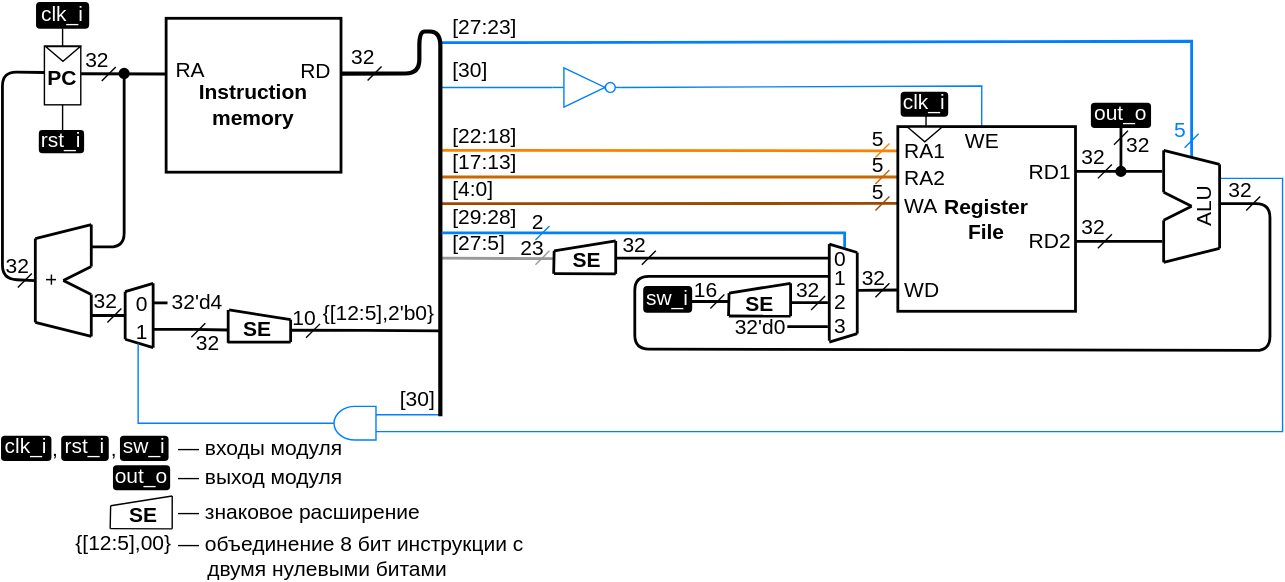
Earlier version of the draw.io export .pic/Labs/lab_04_cybercobra/ppd_4.drawio.svg (MPSU/APS). Source tidied: cells renumbered, new cells last; positions are measured from the earlier drawing's top-left corner, leaving out a move shared by most shapes.
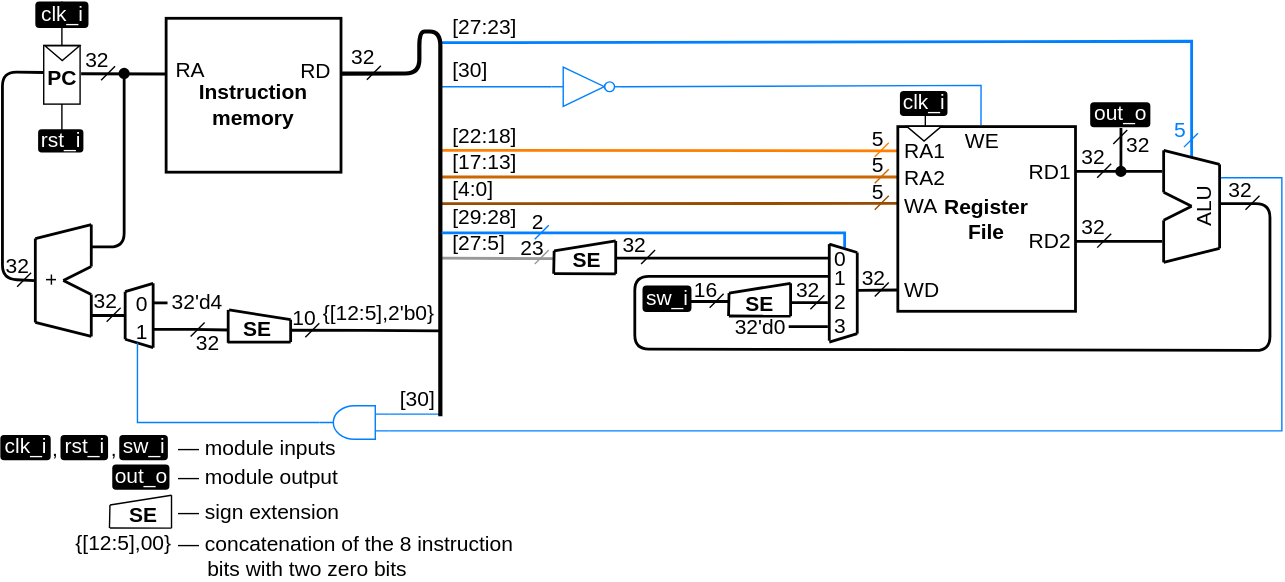
Above is the later version.

Change to the diagram source:
```diff
@@ -406,13 +406,13 @@
     <mxCell id="85" value="&lt;font style=&quot;font-size: 15px;&quot;&gt;,&lt;/font&gt;" style="text;html=1;strokeColor=none;fillColor=none;align=center;verticalAlign=middle;whiteSpace=wrap;rounded=0;spacing=0;fontSize=15;spacingTop=0;spacingBottom=0;" parent="1" vertex="1">
       <mxGeometry x="75" y="310" width="12" height="18" as="geometry" />
     </mxCell>
-    <mxCell id="86" value="— входы модуля" style="text;html=1;strokeColor=none;fillColor=none;align=left;verticalAlign=middle;whiteSpace=wrap;rounded=0;spacing=0;fontSize=15;" parent="1" vertex="1">
+    <mxCell id="86" value="— module inputs" style="text;html=1;strokeColor=none;fillColor=none;align=left;verticalAlign=middle;whiteSpace=wrap;rounded=0;spacing=0;fontSize=15;" parent="1" vertex="1">
       <mxGeometry x="126.5" y="309" width="126.5" height="18" as="geometry" />
     </mxCell>
     <mxCell id="87" value="&lt;font color=&quot;#ffffff&quot; style=&quot;font-size: 15px;&quot;&gt;out_o&lt;/font&gt;" style="text;html=1;strokeColor=none;fillColor=#000000;align=center;verticalAlign=middle;whiteSpace=wrap;rounded=1;fontSize=15;fontColor=#000000;comic=0;jiggle=0.5;spacingTop=0;spacingBottom=4;" parent="1" vertex="1">
       <mxGeometry x="80" y="331" width="40.9" height="18" as="geometry" />
     </mxCell>
-    <mxCell id="88" value="— выход модуля" style="text;html=1;strokeColor=none;fillColor=none;align=left;verticalAlign=middle;whiteSpace=wrap;rounded=0;spacing=0;fontSize=15;" parent="1" vertex="1">
+    <mxCell id="88" value="— module output" style="text;html=1;strokeColor=none;fillColor=none;align=left;verticalAlign=middle;whiteSpace=wrap;rounded=0;spacing=0;fontSize=15;" parent="1" vertex="1">
       <mxGeometry x="126.5" y="330" width="156.5" height="18" as="geometry" />
     </mxCell>
     <mxCell id="89" style="group;fontSize=15;" parent="1" vertex="1">
@@ -445,13 +445,13 @@
     <mxCell id="94" value="&lt;font style=&quot;font-size: 15px;&quot;&gt;&lt;b style=&quot;font-size: 15px;&quot;&gt;SE&lt;/b&gt;&lt;/font&gt;" style="text;html=1;strokeColor=none;fillColor=none;align=center;verticalAlign=bottom;whiteSpace=wrap;rounded=0;fontSize=15;fontColor=#000000;comic=0;jiggle=0.5;" parent="89" vertex="1">
       <mxGeometry y="1.8" width="48" height="23.5" as="geometry" />
     </mxCell>
-    <mxCell id="95" value="— знаковое расширение" style="text;html=1;strokeColor=none;fillColor=none;align=left;verticalAlign=middle;whiteSpace=wrap;rounded=0;spacing=0;fontSize=15;" parent="1" vertex="1">
+    <mxCell id="95" value="— sign extension" style="text;html=1;strokeColor=none;fillColor=none;align=left;verticalAlign=middle;whiteSpace=wrap;rounded=0;spacing=0;fontSize=15;" parent="1" vertex="1">
       <mxGeometry x="126.5" y="355" width="226.5" height="18" as="geometry" />
     </mxCell>
     <mxCell id="96" value="&lt;font style=&quot;font-size: 15px;&quot;&gt;{[12:5],00}&lt;/font&gt;" style="text;html=1;strokeColor=none;fillColor=none;align=right;verticalAlign=bottom;whiteSpace=wrap;rounded=0;spacing=0;fontSize=15;" parent="1" vertex="1">
       <mxGeometry x="78" y="384" width="44" height="12" as="geometry" />
     </mxCell>
-    <mxCell id="97" value="&lt;div style=&quot;font-size: 15px;&quot;&gt;— объединение 8 бит инструкции с&lt;/div&gt;&lt;div style=&quot;font-size: 15px;&quot;&gt;&amp;nbsp;&amp;nbsp;&amp;nbsp;&amp;nbsp; двумя нулевыми битами&lt;/div&gt;" style="text;html=1;strokeColor=none;fillColor=none;align=left;verticalAlign=middle;whiteSpace=wrap;rounded=0;spacing=0;fontSize=15;" parent="1" vertex="1">
+    <mxCell id="97" value="&lt;div style=&quot;&quot;&gt;—&amp;nbsp;&lt;span style=&quot;background-color: transparent;&quot;&gt;concatenation of the 8 instruction&amp;nbsp; &amp;nbsp; &amp;nbsp; &amp;nbsp; &amp;nbsp;bits with two zero bits&lt;/span&gt;&lt;/div&gt;" style="text;html=1;strokeColor=none;fillColor=none;align=left;verticalAlign=middle;whiteSpace=wrap;rounded=0;spacing=0;fontSize=15;" parent="1" vertex="1">
       <mxGeometry x="126.5" y="387" width="256.5" height="18" as="geometry" />
     </mxCell>
     <mxCell id="98" value="2" style="text;html=1;strokeColor=none;fillColor=none;align=center;verticalAlign=middle;whiteSpace=wrap;rounded=0;fontSize=15;fontColor=#000000;comic=0;jiggle=0.5;" parent="1" vertex="1">
```
